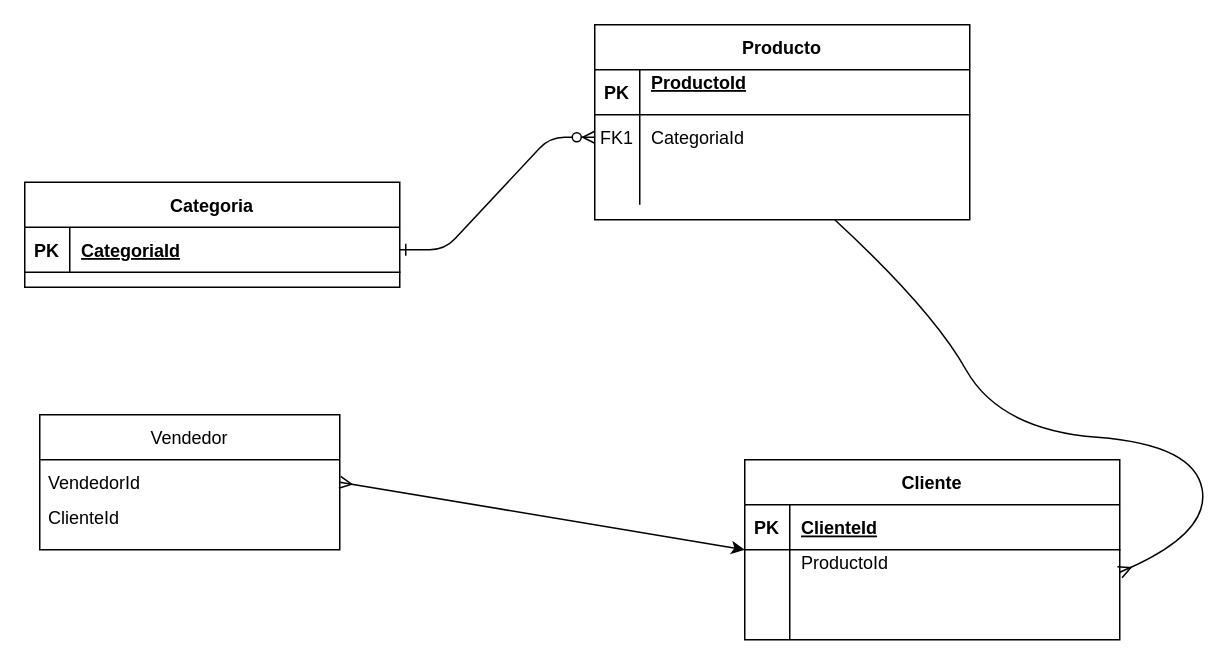
lucasal07/E-Commerce keeps this draw.io diagram as Diagrama sin título.drawio. Above is the earlier version. Source tidied: cells renumbered, new cells numbered last; positions are measured from the earlier drawing's top-left corner, leaving out a move shared by most shapes. Both pictures are drawn from the tidied source at 150%, with x=0, y=0 at pixel (24, 24).
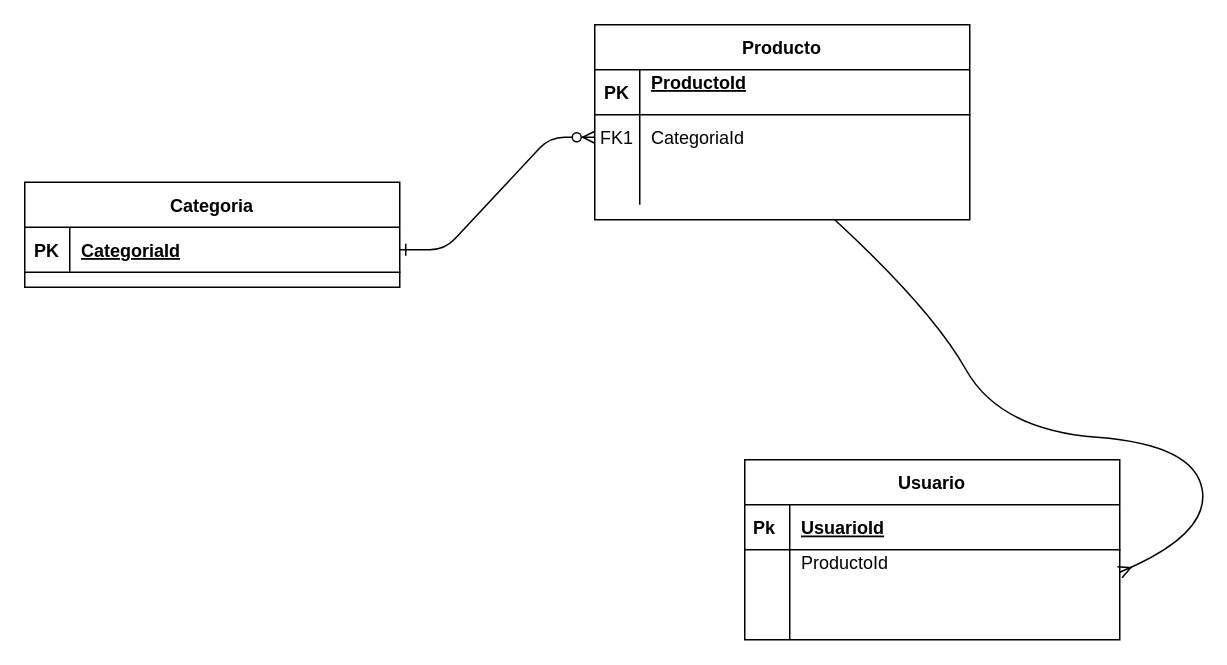
The same page after the edit.

Commit message:
Actualicé los Usuarios

The change refers to these unchanged cells:
```xml
<mxCell id="14" style="shape=partialRectangle;fillColor=none;top=0;left=0;right=0;bottom=1;" parent="13" vertex="1">
  <mxGeometry y="30" width="250" height="30" as="geometry" />
</mxCell>
<mxCell id="17" style="shape=partialRectangle;fillColor=none;points=[[0,0.5],[1,0.5]];portConstraint=eastwest;top=0;left=0;right=0;bottom=0;" parent="13" vertex="1">
  <mxGeometry y="60" width="250" height="30" as="geometry" />
</mxCell>
```

Diff of the diagram source:
```diff
@@
-    <mxCell id="13" value="Cliente" style="shape=table;startSize=30;childLayout=tableLayout;rowLines=0;fontStyle=1;align=center;" parent="1" vertex="1">
+    <mxCell id="13" value="Usuario" style="shape=table;startSize=30;childLayout=tableLayout;rowLines=0;fontStyle=1;align=center;" parent="1" vertex="1">
       <mxGeometry x="480" y="290" width="250" height="120" as="geometry" />
     </mxCell>
@@
-    <mxCell id="15" value="PK" style="shape=partialRectangle;overflow=hidden;fillColor=none;top=0;left=0;bottom=0;right=0;fontStyle=1;" parent="14" vertex="1">
+    <mxCell id="15" value="Pk " style="shape=partialRectangle;overflow=hidden;fillColor=none;top=0;left=0;bottom=0;right=0;fontStyle=1;" parent="14" vertex="1">
       <mxGeometry width="30" height="30" as="geometry" />
     </mxCell>
-    <mxCell id="16" value="ClienteId" style="shape=partialRectangle;overflow=hidden;fillColor=none;top=0;left=0;bottom=0;right=0;align=left;spacingLeft=6;fontStyle=5;" parent="14" vertex="1">
+    <mxCell id="16" value="UsuarioId" style="shape=partialRectangle;overflow=hidden;fillColor=none;top=0;left=0;bottom=0;right=0;align=left;spacingLeft=6;fontStyle=5;" parent="14" vertex="1">
       <mxGeometry x="30" width="220" height="30" as="geometry" />
     </mxCell>
@@
-    <mxCell id="28" value="Vendedor" style="swimlane;fontStyle=0;horizontal=1;startSize=30;" parent="1" vertex="1">
-      <mxGeometry x="10" y="260" width="200" height="90" as="geometry" />
-    </mxCell>
-    <mxCell id="29" value="VendedorId" style="text;strokeColor=none;fillColor=none;align=left;verticalAlign=middle;spacingLeft=4;spacingRight=4;overflow=hidden;points=[[0,0.5],[1,0.5]];portConstraint=eastwest;" parent="28" vertex="1">
-      <mxGeometry y="30" width="200" height="30" as="geometry" />
-    </mxCell>
-    <mxCell id="30" value="ClienteId&#10;" style="text;strokeColor=none;fillColor=none;align=left;verticalAlign=middle;spacingLeft=4;spacingRight=4;overflow=hidden;" parent="28" vertex="1">
-      <mxGeometry y="60" width="200" height="30" as="geometry" />
-    </mxCell>
-    <mxCell id="31" style="endArrow=classic;startArrow=ERmany;html=1;rounded=0;exitX=1;exitY=0.5;exitDx=0;exitDy=0;entryX=0;entryY=0;entryDx=0;entryDy=0;entryPerimeter=0;startFill=0;" parent="1" edge="1" source="29" target="17">
-      <mxGeometry relative="1" as="geometry" />
-    </mxCell>
```
